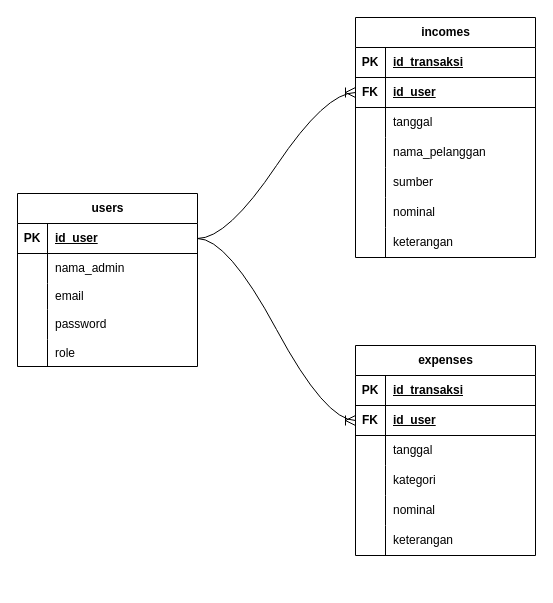
The draw.io diagram page "Table" (2 of 2) of ERD Table.drawio in Joyce-Acia/PWL_Keuangan, before the edit. Source tidied: cells renumbered, new cells numbered last; positions are measured from the earlier drawing's top-left corner, leaving out a move shared by most shapes. Both pictures are drawn from the tidied source at 100%, with x=0, y=0 at pixel (17, 17).
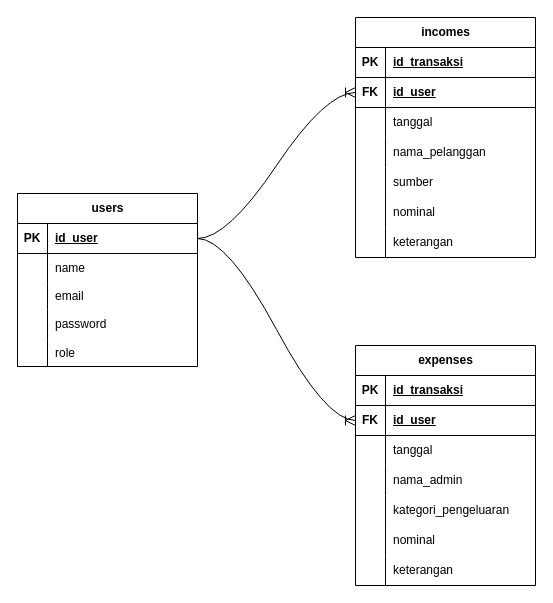
The same diagram, later.

The change refers to these unchanged cells:
```xml
<mxCell id="6" style="shape=tableRow;horizontal=0;startSize=0;swimlaneHead=0;swimlaneBody=0;fillColor=none;top=0;left=0;right=0;bottom=0;" parent="2" vertex="1">
  <mxGeometry y="60" width="180" height="30" as="geometry" />
</mxCell>
```

The edit, as a diff of the source:
```diff
@@
-    <mxCell id="8" value="nama_admin" style="shape=partialRectangle;fillColor=none;top=0;left=0;bottom=0;right=0;align=left;spacingLeft=6;overflow=hidden;whiteSpace=wrap;html=1;" parent="6" vertex="1">
+    <mxCell id="8" value="name" style="shape=partialRectangle;fillColor=none;top=0;left=0;bottom=0;right=0;align=left;spacingLeft=6;overflow=hidden;whiteSpace=wrap;html=1;" parent="6" vertex="1">
       <mxGeometry x="30" width="150" height="30" as="geometry" />
     </mxCell>
@@
     <mxCell id="18" value="expenses" style="shape=table;startSize=30;childLayout=tableLayout;rowLines=0;fontStyle=1;align=center;html=1;" parent="1" vertex="1">
-      <mxGeometry x="338" y="328" width="180" height="210" as="geometry" />
+      <mxGeometry x="338" y="328" width="180" height="240" as="geometry" />
     </mxCell>
@@
+    <mxCell id="61" style="shape=tableRow;horizontal=0;startSize=0;swimlaneHead=0;swimlaneBody=0;fillColor=none;top=0;left=0;right=0;bottom=0;" parent="18" vertex="1">
+      <mxGeometry y="120" width="180" height="30" as="geometry" />
+    </mxCell>
+    <mxCell id="62" style="shape=partialRectangle;fillColor=none;top=0;left=0;bottom=0;right=0;overflow=hidden;whiteSpace=wrap;html=1;" parent="61" vertex="1">
+      <mxGeometry width="30" height="30" as="geometry" />
+    </mxCell>
+    <mxCell id="63" value="nama_admin" style="shape=partialRectangle;fillColor=none;top=0;left=0;bottom=0;right=0;align=left;spacingLeft=6;overflow=hidden;whiteSpace=wrap;html=1;" parent="61" vertex="1">
+      <mxGeometry x="30" width="150" height="30" as="geometry" />
+    </mxCell>
     <mxCell id="28" style="shape=tableRow;horizontal=0;startSize=0;swimlaneHead=0;swimlaneBody=0;fillColor=none;top=0;left=0;right=0;bottom=0;" parent="18" vertex="1">
-      <mxGeometry y="120" width="180" height="30" as="geometry" />
+      <mxGeometry y="150" width="180" height="30" as="geometry" />
     </mxCell>
@@
-    <mxCell id="30" value="kategori" style="shape=partialRectangle;fillColor=none;top=0;left=0;bottom=0;right=0;align=left;spacingLeft=6;overflow=hidden;whiteSpace=wrap;html=1;" parent="28" vertex="1">
+    <mxCell id="30" value="kategori_pengeluaran" style="shape=partialRectangle;fillColor=none;top=0;left=0;bottom=0;right=0;align=left;spacingLeft=6;overflow=hidden;whiteSpace=wrap;html=1;" parent="28" vertex="1">
       <mxGeometry x="30" width="150" height="30" as="geometry" />
     </mxCell>
     <mxCell id="31" style="shape=tableRow;horizontal=0;startSize=0;swimlaneHead=0;swimlaneBody=0;fillColor=none;top=0;left=0;right=0;bottom=0;" parent="18" vertex="1">
-      <mxGeometry y="150" width="180" height="30" as="geometry" />
+      <mxGeometry y="180" width="180" height="30" as="geometry" />
     </mxCell>
@@
     <mxCell id="34" style="shape=tableRow;horizontal=0;startSize=0;swimlaneHead=0;swimlaneBody=0;fillColor=none;top=0;left=0;right=0;bottom=0;" parent="18" vertex="1">
-      <mxGeometry y="180" width="180" height="30" as="geometry" />
+      <mxGeometry y="210" width="180" height="30" as="geometry" />
     </mxCell>
```
